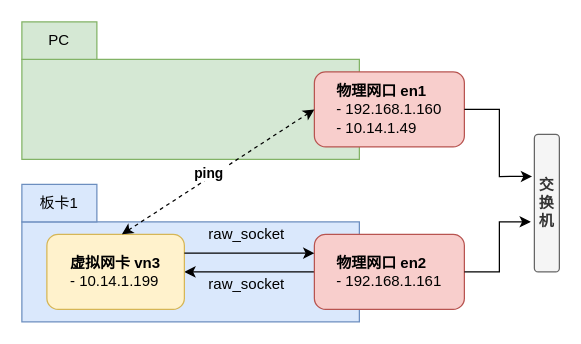
This is page "第 3 页" (3 of 3) of draw/SylixOS内核艺术.drawio from peng-fan/drawio, a draw.io file, before an edit. Source tidied: cells renumbered, new cells numbered last; positions are measured from the earlier drawing's top-left corner, leaving out a move shared by most shapes. Both pictures are drawn from the tidied source at 125%, with x=0, y=0 at pixel (21, 21).
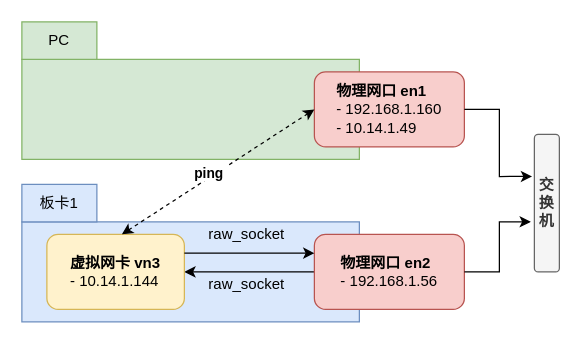
Above is the later version.

Commit message:
更新SylixOS内核艺术.drawio

Diff of the diagram source:
```diff
@@
 <mxGraphModel>
   <root>
     <mxCell id="0" />
     <mxCell id="1" parent="0" />
     <mxCell id="2" style="rounded=0;whiteSpace=wrap;html=1;fillColor=#dae8fc;strokeColor=#6c8ebf;" parent="1" vertex="1">
       <mxGeometry y="160" width="270" height="80" as="geometry" />
     </mxCell>
     <mxCell id="3" style="rounded=0;whiteSpace=wrap;html=1;fillColor=#d5e8d4;strokeColor=#82b366;" parent="1" vertex="1">
       <mxGeometry y="30" width="270" height="80" as="geometry" />
     </mxCell>
     <mxCell id="4" value="PC" style="text;html=1;whiteSpace=wrap;strokeColor=#82b366;fillColor=#d5e8d4;align=center;verticalAlign=middle;rounded=0;" parent="1" vertex="1">
       <mxGeometry width="60" height="30" as="geometry" />
     </mxCell>
     <mxCell id="5" value="板卡1" style="text;html=1;whiteSpace=wrap;strokeColor=#6c8ebf;fillColor=#dae8fc;align=center;verticalAlign=middle;rounded=0;" parent="1" vertex="1">
       <mxGeometry y="130" width="60" height="30" as="geometry" />
     </mxCell>
     <mxCell id="6" value="&lt;div style=&quot;text-align: left;&quot;&gt;&lt;b style=&quot;background-color: transparent; color: light-dark(rgb(0, 0, 0), rgb(255, 255, 255));&quot;&gt;物理网口 en1&lt;/b&gt;&lt;/div&gt;&lt;div&gt;- 192.168.1.160&lt;/div&gt;&lt;div style=&quot;text-align: left;&quot;&gt;- 10.14.1.49&lt;/div&gt;" style="rounded=1;whiteSpace=wrap;html=1;fillColor=#f8cecc;strokeColor=#b85450;" parent="1" vertex="1">
       <mxGeometry x="234" y="40" width="120" height="60" as="geometry" />
     </mxCell>
     <mxCell id="7" style="edgeStyle=orthogonalEdgeStyle;rounded=0;jettySize=auto;html=1;entryX=1;entryY=0.5;entryDx=0;entryDy=0;" parent="1" edge="1" source="8" target="12">
       <mxGeometry relative="1" as="geometry" />
     </mxCell>
-    <mxCell id="8" value="&lt;div style=&quot;text-align: left;&quot;&gt;&lt;b style=&quot;background-color: transparent; color: light-dark(rgb(0, 0, 0), rgb(255, 255, 255));&quot;&gt;物理网口 en2&lt;/b&gt;&lt;/div&gt;&lt;div&gt;- 192.168.1.161&lt;/div&gt;" style="rounded=1;whiteSpace=wrap;html=1;fillColor=#f8cecc;strokeColor=#b85450;" parent="1" vertex="1">
+    <mxCell id="8" value="&lt;div style=&quot;text-align: left;&quot;&gt;&lt;b style=&quot;background-color: transparent; color: light-dark(rgb(0, 0, 0), rgb(255, 255, 255));&quot;&gt;物理网口 en2&lt;/b&gt;&lt;/div&gt;&lt;div&gt;- 192.168.1.56&lt;/div&gt;" style="rounded=1;whiteSpace=wrap;html=1;fillColor=#f8cecc;strokeColor=#b85450;" parent="1" vertex="1">
       <mxGeometry x="234" y="170" width="120" height="60" as="geometry" />
     </mxCell>
     <mxCell id="9" value="&lt;b&gt;交换机&lt;/b&gt;" style="rounded=1;whiteSpace=wrap;html=1;fillColor=#f5f5f5;fontColor=#333333;strokeColor=#666666;" parent="1" vertex="1">
       <mxGeometry x="410" y="90" width="20" height="110" as="geometry" />
     </mxCell>
     <mxCell id="10" style="edgeStyle=orthogonalEdgeStyle;rounded=0;jettySize=auto;html=1;entryX=-0.093;entryY=0.306;entryDx=0;entryDy=0;entryPerimeter=0;" parent="1" edge="1" source="6" target="9">
       <mxGeometry relative="1" as="geometry" />
     </mxCell>
     <mxCell id="11" style="edgeStyle=orthogonalEdgeStyle;rounded=0;jettySize=auto;html=1;entryX=-0.142;entryY=0.636;entryDx=0;entryDy=0;entryPerimeter=0;" parent="1" edge="1" source="8" target="9">
       <mxGeometry relative="1" as="geometry" />
     </mxCell>
-    <mxCell id="12" value="&lt;div style=&quot;text-align: left;&quot;&gt;&lt;b style=&quot;background-color: transparent; color: light-dark(rgb(0, 0, 0), rgb(255, 255, 255));&quot;&gt;虚拟网卡 vn3&lt;/b&gt;&lt;/div&gt;&lt;div style=&quot;text-align: left;&quot;&gt;- 10.14.1.199&lt;/div&gt;" style="rounded=1;whiteSpace=wrap;html=1;fillColor=#fff2cc;strokeColor=#d6b656;" parent="1" vertex="1">
+    <mxCell id="12" value="&lt;div style=&quot;text-align: left;&quot;&gt;&lt;b style=&quot;background-color: transparent; color: light-dark(rgb(0, 0, 0), rgb(255, 255, 255));&quot;&gt;虚拟网卡 vn3&lt;/b&gt;&lt;/div&gt;&lt;div style=&quot;text-align: left;&quot;&gt;- 10.14.1.144&lt;/div&gt;" style="rounded=1;whiteSpace=wrap;html=1;fillColor=#fff2cc;strokeColor=#d6b656;" parent="1" vertex="1">
       <mxGeometry x="20" y="170" width="110" height="60" as="geometry" />
     </mxCell>
     <mxCell id="13" style="edgeStyle=orthogonalEdgeStyle;rounded=0;jettySize=auto;html=1;entryX=0;entryY=0.25;entryDx=0;entryDy=0;exitX=1;exitY=0.25;exitDx=0;exitDy=0;" parent="1" edge="1" source="12" target="8">
       <mxGeometry relative="1" as="geometry" />
     </mxCell>
     <mxCell id="14" value="raw_socket" style="text;html=1;whiteSpace=wrap;strokeColor=none;fillColor=none;align=center;verticalAlign=middle;rounded=0;" parent="1" vertex="1">
       <mxGeometry x="150" y="200" width="60" height="20" as="geometry" />
     </mxCell>
     <mxCell id="15" value="raw_socket" style="text;html=1;whiteSpace=wrap;strokeColor=none;fillColor=none;align=center;verticalAlign=middle;rounded=0;" parent="1" vertex="1">
       <mxGeometry x="150" y="160" width="60" height="20" as="geometry" />
     </mxCell>
     <mxCell id="16" style="endArrow=classic;startArrow=classic;html=1;rounded=0;entryX=0;entryY=0.5;entryDx=0;entryDy=0;dashed=1;" parent="1" edge="1" target="6">
       <mxGeometry relative="1" as="geometry">
         <mxPoint x="80" y="170" as="sourcePoint" />
       </mxGeometry>
     </mxCell>
     <mxCell id="17" value="&lt;b&gt;ping&amp;nbsp;&lt;/b&gt;" style="edgeLabel;html=1;align=center;verticalAlign=middle;" parent="16" vertex="1">
       <mxGeometry x="0.07" relative="1" as="geometry">
         <mxPoint x="-12" y="4" as="offset" />
       </mxGeometry>
     </mxCell>
   </root>
 </mxGraphModel>
```
